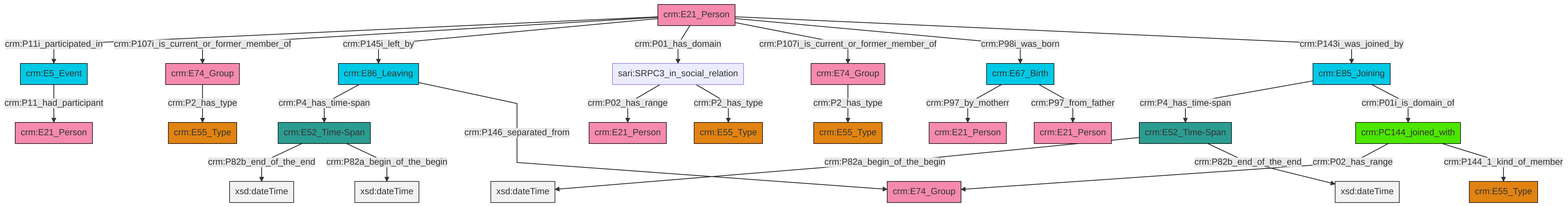
swiss-art-research-net/reference-data-models keeps this Mermaid diagram as et/personCSV/ttl/mmd/png/Person_Actor_Relations.png. Above is the earlier version. Its source is kept beside it as et/personCSV/ttl/mmd/Person_Actor_Relations.ttl.mmd.
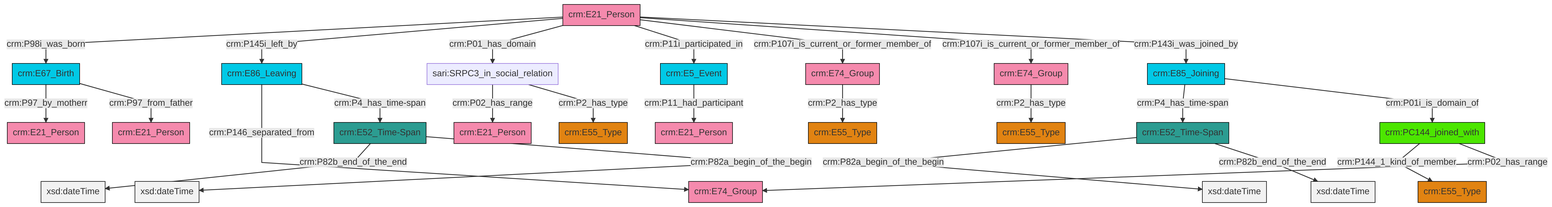
Later version of the same file.

The edit, as a diff of the source:
```diff
@@ -13,27 +13,27 @@
 classDef PC_Classes fill:#4ce600, stroke:#000000;
 classDef Multi fill:#cccccc,stroke:#000000;
 
-0["crm:E21_Person"]:::Actor -->|crm:P11i_participated_in| 1["crm:E5_Event"]:::Temporal_Entity
-0["crm:E21_Person"]:::Actor -->|crm:P107i_is_current_or_former_member_of| 5["crm:E74_Group"]:::Actor
-8["crm:PC144_joined_with"]:::PC_Classes -->|crm:P02_has_range| 9["crm:E74_Group"]:::Actor
-0["crm:E21_Person"]:::Actor -->|crm:P145i_left_by| 12["crm:E86_Leaving"]:::Temporal_Entity
-13["crm:E85_Joining"]:::Temporal_Entity -->|crm:P4_has_time-span| 14["crm:E52_Time-Span"]:::Time-Span
-0["crm:E21_Person"]:::Actor -->|crm:P01_has_domain| 15["sari:SRPC3_in_social_relation"]:::Default
-1["crm:E5_Event"]:::Temporal_Entity -->|crm:P11_had_participant| 17["crm:E21_Person"]:::Actor
-20["crm:E67_Birth"]:::Temporal_Entity -->|crm:P97_by_motherr| 21["crm:E21_Person"]:::Actor
-12["crm:E86_Leaving"]:::Temporal_Entity -->|crm:P4_has_time-span| 23["crm:E52_Time-Span"]:::Time-Span
-15["sari:SRPC3_in_social_relation"]:::Default -->|crm:P02_has_range| 24["crm:E21_Person"]:::Actor
-0["crm:E21_Person"]:::Actor -->|crm:P107i_is_current_or_former_member_of| 26["crm:E74_Group"]:::Actor
-8["crm:PC144_joined_with"]:::PC_Classes -->|crm:P144_1_kind_of_member| 3["crm:E55_Type"]:::Type
-26["crm:E74_Group"]:::Actor -->|crm:P2_has_type| 6["crm:E55_Type"]:::Type
-14["crm:E52_Time-Span"]:::Time-Span -->|crm:P82a_begin_of_the_begin| 29[xsd:dateTime]:::Literal
-12["crm:E86_Leaving"]:::Temporal_Entity -->|crm:P146_separated_from| 9["crm:E74_Group"]:::Actor
-23["crm:E52_Time-Span"]:::Time-Span -->|crm:P82b_end_of_the_end| 32[xsd:dateTime]:::Literal
-0["crm:E21_Person"]:::Actor -->|crm:P98i_was_born| 20["crm:E67_Birth"]:::Temporal_Entity
-14["crm:E52_Time-Span"]:::Time-Span -->|crm:P82b_end_of_the_end| 38[xsd:dateTime]:::Literal
-0["crm:E21_Person"]:::Actor -->|crm:P143i_was_joined_by| 13["crm:E85_Joining"]:::Temporal_Entity
-23["crm:E52_Time-Span"]:::Time-Span -->|crm:P82a_begin_of_the_begin| 40[xsd:dateTime]:::Literal
-13["crm:E85_Joining"]:::Temporal_Entity -->|crm:P01i_is_domain_of| 8["crm:PC144_joined_with"]:::PC_Classes
-20["crm:E67_Birth"]:::Temporal_Entity -->|crm:P97_from_father| 35["crm:E21_Person"]:::Actor
-15["sari:SRPC3_in_social_relation"]:::Default -->|crm:P2_has_type| 18["crm:E55_Type"]:::Type
-5["crm:E74_Group"]:::Actor -->|crm:P2_has_type| 10["crm:E55_Type"]:::Type
+0["crm:E74_Group"]:::Actor -->|crm:P2_has_type| 1["crm:E55_Type"]:::Type
+7["crm:PC144_joined_with"]:::PC_Classes -->|crm:P144_1_kind_of_member| 8["crm:E55_Type"]:::Type
+11["crm:E21_Person"]:::Actor -->|crm:P98i_was_born| 12["crm:E67_Birth"]:::Temporal_Entity
+5["crm:E52_Time-Span"]:::Time-Span -->|crm:P82b_end_of_the_end| 14[xsd:dateTime]:::Literal
+17["crm:E85_Joining"]:::Temporal_Entity -->|crm:P4_has_time-span| 9["crm:E52_Time-Span"]:::Time-Span
+19["sari:SRPC3_in_social_relation"]:::Default -->|crm:P02_has_range| 20["crm:E21_Person"]:::Actor
+12["crm:E67_Birth"]:::Temporal_Entity -->|crm:P97_by_motherr| 15["crm:E21_Person"]:::Actor
+12["crm:E67_Birth"]:::Temporal_Entity -->|crm:P97_from_father| 25["crm:E21_Person"]:::Actor
+11["crm:E21_Person"]:::Actor -->|crm:P145i_left_by| 26["crm:E86_Leaving"]:::Temporal_Entity
+26["crm:E86_Leaving"]:::Temporal_Entity -->|crm:P146_separated_from| 27["crm:E74_Group"]:::Actor
+11["crm:E21_Person"]:::Actor -->|crm:P01_has_domain| 19["sari:SRPC3_in_social_relation"]:::Default
+19["sari:SRPC3_in_social_relation"]:::Default -->|crm:P2_has_type| 3["crm:E55_Type"]:::Type
+9["crm:E52_Time-Span"]:::Time-Span -->|crm:P82a_begin_of_the_begin| 32[xsd:dateTime]:::Literal
+11["crm:E21_Person"]:::Actor -->|crm:P11i_participated_in| 34["crm:E5_Event"]:::Temporal_Entity
+34["crm:E5_Event"]:::Temporal_Entity -->|crm:P11_had_participant| 21["crm:E21_Person"]:::Actor
+9["crm:E52_Time-Span"]:::Time-Span -->|crm:P82b_end_of_the_end| 35[xsd:dateTime]:::Literal
+7["crm:PC144_joined_with"]:::PC_Classes -->|crm:P02_has_range| 27["crm:E74_Group"]:::Actor
+39["crm:E74_Group"]:::Actor -->|crm:P2_has_type| 23["crm:E55_Type"]:::Type
+5["crm:E52_Time-Span"]:::Time-Span -->|crm:P82a_begin_of_the_begin| 41[xsd:dateTime]:::Literal
+11["crm:E21_Person"]:::Actor -->|crm:P107i_is_current_or_former_member_of| 0["crm:E74_Group"]:::Actor
+17["crm:E85_Joining"]:::Temporal_Entity -->|crm:P01i_is_domain_of| 7["crm:PC144_joined_with"]:::PC_Classes
+11["crm:E21_Person"]:::Actor -->|crm:P107i_is_current_or_former_member_of| 39["crm:E74_Group"]:::Actor
+11["crm:E21_Person"]:::Actor -->|crm:P143i_was_joined_by| 17["crm:E85_Joining"]:::Temporal_Entity
+26["crm:E86_Leaving"]:::Temporal_Entity -->|crm:P4_has_time-span| 5["crm:E52_Time-Span"]:::Time-Span
```
